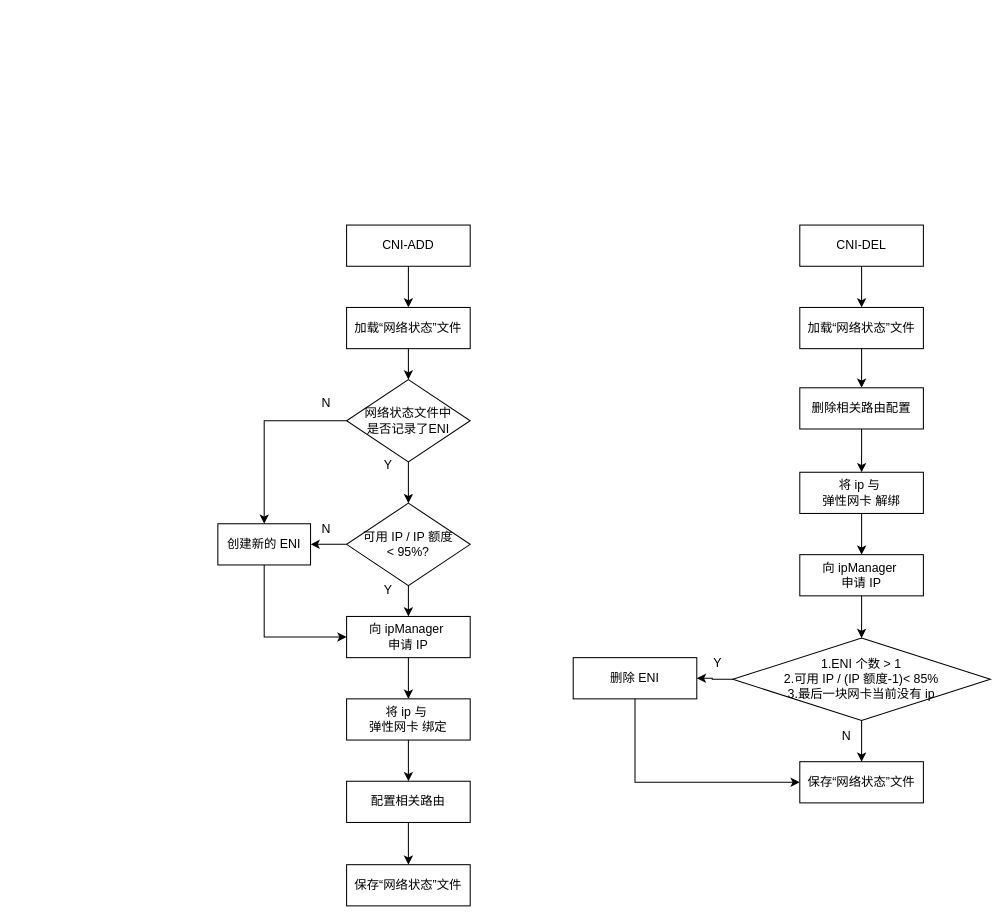
Before: cni-eni.drawio in cityofwang/beats, a draw.io diagram. Source tidied: cells renumbered, new cells numbered last; positions are measured from the earlier drawing's top-left corner, leaving out a move shared by most shapes. Both pictures are drawn from the tidied source at 103%, with x=0, y=0 at pixel (217, 225).
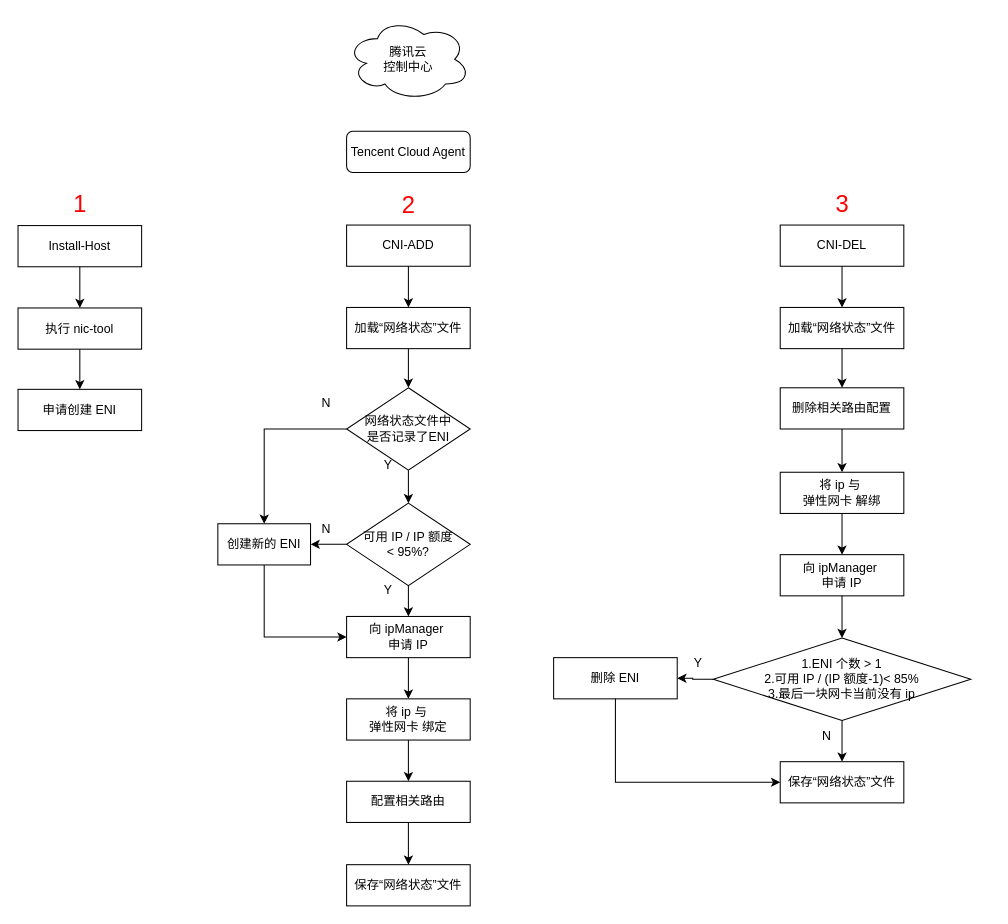
The same page after the edit.

What changed in the source:
```diff
@@
     <mxCell id="7" value="CNI-DEL" style="rounded=0;whiteSpace=wrap;html=1;fillColor=none;" parent="1" vertex="1">
-      <mxGeometry x="565" width="120" height="40" as="geometry" />
+      <mxGeometry x="546" width="120" height="40" as="geometry" />
     </mxCell>
@@
     <mxCell id="12" value="网络状态文件中&lt;div&gt;是否记录了ENI&lt;/div&gt;" style="rhombus;whiteSpace=wrap;html=1;fillColor=none;" parent="1" vertex="1">
-      <mxGeometry x="125" y="150" width="120" height="80" as="geometry" />
+      <mxGeometry x="125" y="158" width="120" height="80" as="geometry" />
     </mxCell>
@@
     <mxCell id="27" value="加载“网络状态”文件" style="rounded=0;whiteSpace=wrap;html=1;fillColor=none;" parent="1" vertex="1">
-      <mxGeometry x="565" y="80" width="120" height="40" as="geometry" />
+      <mxGeometry x="546" y="80" width="120" height="40" as="geometry" />
     </mxCell>
@@
     <mxCell id="29" value="删除相关路由配置" style="rounded=0;whiteSpace=wrap;html=1;fillColor=none;" parent="1" vertex="1">
-      <mxGeometry x="565" y="158" width="120" height="40" as="geometry" />
+      <mxGeometry x="546" y="158" width="120" height="40" as="geometry" />
     </mxCell>
@@
     <mxCell id="31" value="将 ip 与&amp;nbsp;&lt;div&gt;&lt;span style=&quot;background-color: initial;&quot;&gt;弹性网卡&amp;nbsp;&lt;/span&gt;解绑&lt;/div&gt;" style="rounded=0;whiteSpace=wrap;html=1;fillColor=none;" parent="1" vertex="1">
-      <mxGeometry x="565" y="240" width="120" height="40" as="geometry" />
+      <mxGeometry x="546" y="240" width="120" height="40" as="geometry" />
     </mxCell>
@@
     <mxCell id="33" value="向 ipManager&amp;nbsp;&lt;div&gt;申请 IP&lt;/div&gt;" style="rounded=0;whiteSpace=wrap;html=1;fillColor=none;" parent="1" vertex="1">
-      <mxGeometry x="565" y="320" width="120" height="40" as="geometry" />
+      <mxGeometry x="546" y="320" width="120" height="40" as="geometry" />
     </mxCell>
@@
     <mxCell id="36" value="&lt;div&gt;&lt;span style=&quot;background-color: initial;&quot;&gt;1.ENI 个数 &amp;gt; 1&lt;/span&gt;&lt;/div&gt;&lt;div&gt;&lt;span style=&quot;background-color: initial;&quot;&gt;2.可用 IP / (IP 额度-1)&lt;/span&gt;&lt;span style=&quot;background-color: initial;&quot;&gt;&amp;lt; 85%&lt;/span&gt;&lt;/div&gt;&lt;div&gt;&lt;span style=&quot;background-color: initial;&quot;&gt;3.&lt;/span&gt;&lt;span style=&quot;background-color: initial;&quot;&gt;最后一块网卡当前没有 ip&lt;/span&gt;&lt;/div&gt;" style="rhombus;whiteSpace=wrap;html=1;fillColor=none;align=center;" parent="1" vertex="1">
-      <mxGeometry x="500" y="401" width="250" height="80" as="geometry" />
+      <mxGeometry x="481" y="401" width="250" height="80" as="geometry" />
     </mxCell>
@@
     <mxCell id="38" value="删除 ENI" style="rounded=0;whiteSpace=wrap;html=1;fillColor=none;" parent="1" vertex="1">
-      <mxGeometry x="345" y="420" width="120" height="40" as="geometry" />
+      <mxGeometry x="326" y="420" width="120" height="40" as="geometry" />
     </mxCell>
@@
     <mxCell id="40" value="保存“网络状态”文件" style="rounded=0;whiteSpace=wrap;html=1;fillColor=none;" parent="1" vertex="1">
-      <mxGeometry x="565" y="521" width="120" height="40" as="geometry" />
+      <mxGeometry x="546" y="521" width="120" height="40" as="geometry" />
     </mxCell>
     <mxCell id="41" value="Y" style="text;html=1;align=center;verticalAlign=middle;strokeColor=none;fillColor=none;" parent="1" vertex="1">
-      <mxGeometry x="470" y="411" width="30" height="30" as="geometry" />
+      <mxGeometry x="451" y="411" width="30" height="30" as="geometry" />
     </mxCell>
     <mxCell id="42" value="N" style="text;html=1;align=center;verticalAlign=middle;strokeColor=none;fillColor=none;" parent="1" vertex="1">
-      <mxGeometry x="595" y="481" width="30" height="30" as="geometry" />
+      <mxGeometry x="576" y="481" width="30" height="30" as="geometry" />
     </mxCell>
+    <mxCell id="43" style="edgeStyle=orthogonalEdgeStyle;rounded=0;jettySize=auto;html=1;entryX=0.5;entryY=0;entryDx=0;entryDy=0;" parent="1" edge="1" source="44" target="46">
+      <mxGeometry relative="1" as="geometry" />
+    </mxCell>
+    <mxCell id="44" value="Install-Host" style="rounded=0;whiteSpace=wrap;html=1;fillColor=none;" parent="1" vertex="1">
+      <mxGeometry x="-194" y="0.5" width="120" height="40" as="geometry" />
+    </mxCell>
+    <mxCell id="45" style="edgeStyle=orthogonalEdgeStyle;rounded=0;jettySize=auto;html=1;" parent="1" edge="1" source="46" target="47">
+      <mxGeometry relative="1" as="geometry" />
+    </mxCell>
+    <mxCell id="46" value="执行 nic-tool" style="rounded=0;whiteSpace=wrap;html=1;fillColor=none;" parent="1" vertex="1">
+      <mxGeometry x="-194" y="80.5" width="120" height="40" as="geometry" />
+    </mxCell>
+    <mxCell id="47" value="申请创建 ENI" style="rounded=0;whiteSpace=wrap;html=1;fillColor=none;" parent="1" vertex="1">
+      <mxGeometry x="-194" y="159.5" width="120" height="40" as="geometry" />
+    </mxCell>
+    <mxCell id="48" value="腾讯云&lt;div&gt;控制中心&lt;/div&gt;" style="ellipse;shape=cloud;whiteSpace=wrap;html=1;" parent="1" vertex="1">
+      <mxGeometry x="125" y="-201" width="120" height="80" as="geometry" />
+    </mxCell>
+    <mxCell id="49" value="Tencent Cloud Agent" style="rounded=1;whiteSpace=wrap;html=1;fillColor=none;" parent="1" vertex="1">
+      <mxGeometry x="125" y="-91" width="120" height="40" as="geometry" />
+    </mxCell>
+    <mxCell id="50" value="&lt;font color=&quot;#ff0000&quot; style=&quot;font-size: 23px;&quot;&gt;1&lt;/font&gt;" style="text;html=1;align=center;verticalAlign=middle;strokeColor=none;fillColor=none;" parent="1" vertex="1">
+      <mxGeometry x="-154" y="-40" width="40" height="40" as="geometry" />
+    </mxCell>
+    <mxCell id="51" value="&lt;font color=&quot;#ff0000&quot; style=&quot;font-size: 23px;&quot;&gt;2&lt;/font&gt;" style="text;html=1;align=center;verticalAlign=middle;strokeColor=none;fillColor=none;" parent="1" vertex="1">
+      <mxGeometry x="165" y="-39.5" width="40" height="40" as="geometry" />
+    </mxCell>
+    <mxCell id="52" value="&lt;font color=&quot;#ff0000&quot;&gt;&lt;span style=&quot;font-size: 23px;&quot;&gt;3&lt;/span&gt;&lt;/font&gt;" style="text;html=1;align=center;verticalAlign=middle;strokeColor=none;fillColor=none;" parent="1" vertex="1">
+      <mxGeometry x="586" y="-40" width="40" height="40" as="geometry" />
+    </mxCell>
```
